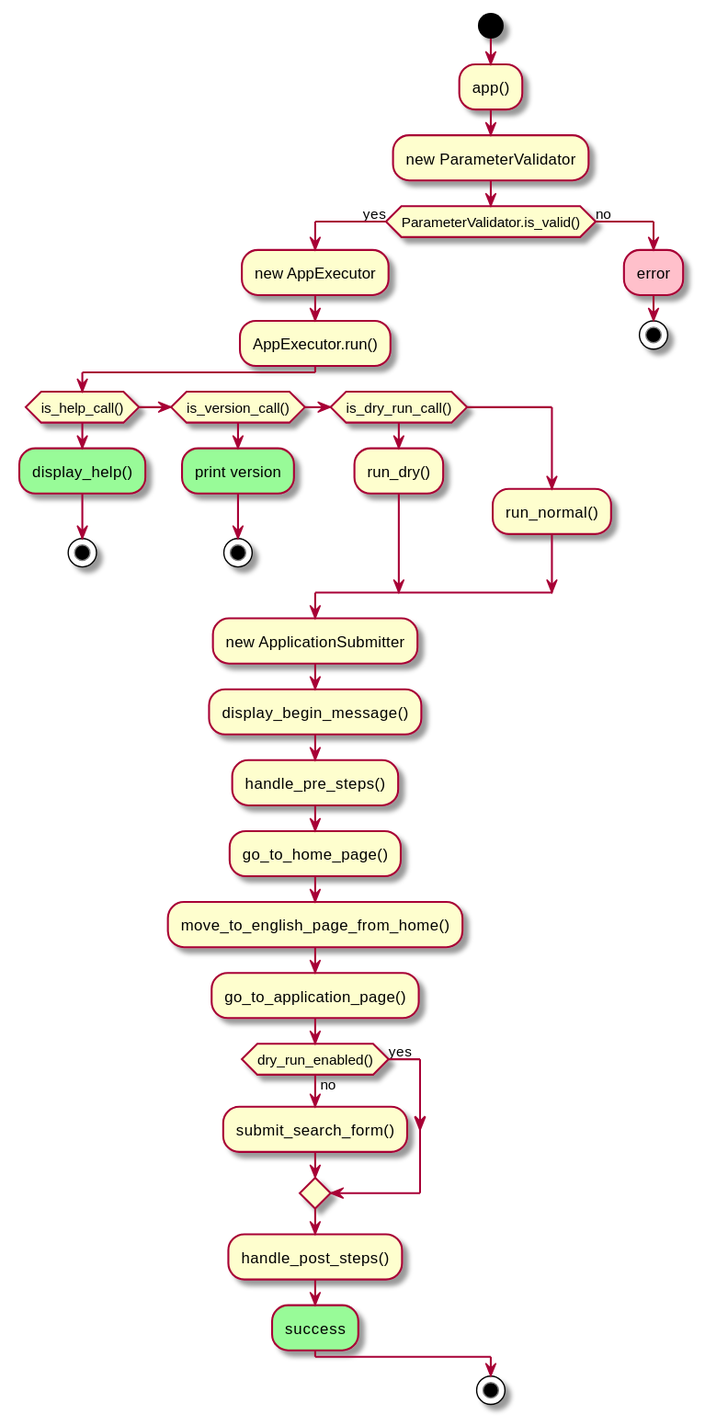
Earlier version of the PlantUML export images/activity_diagram.svg (sksdotsauravs-beuth/application-automizer).
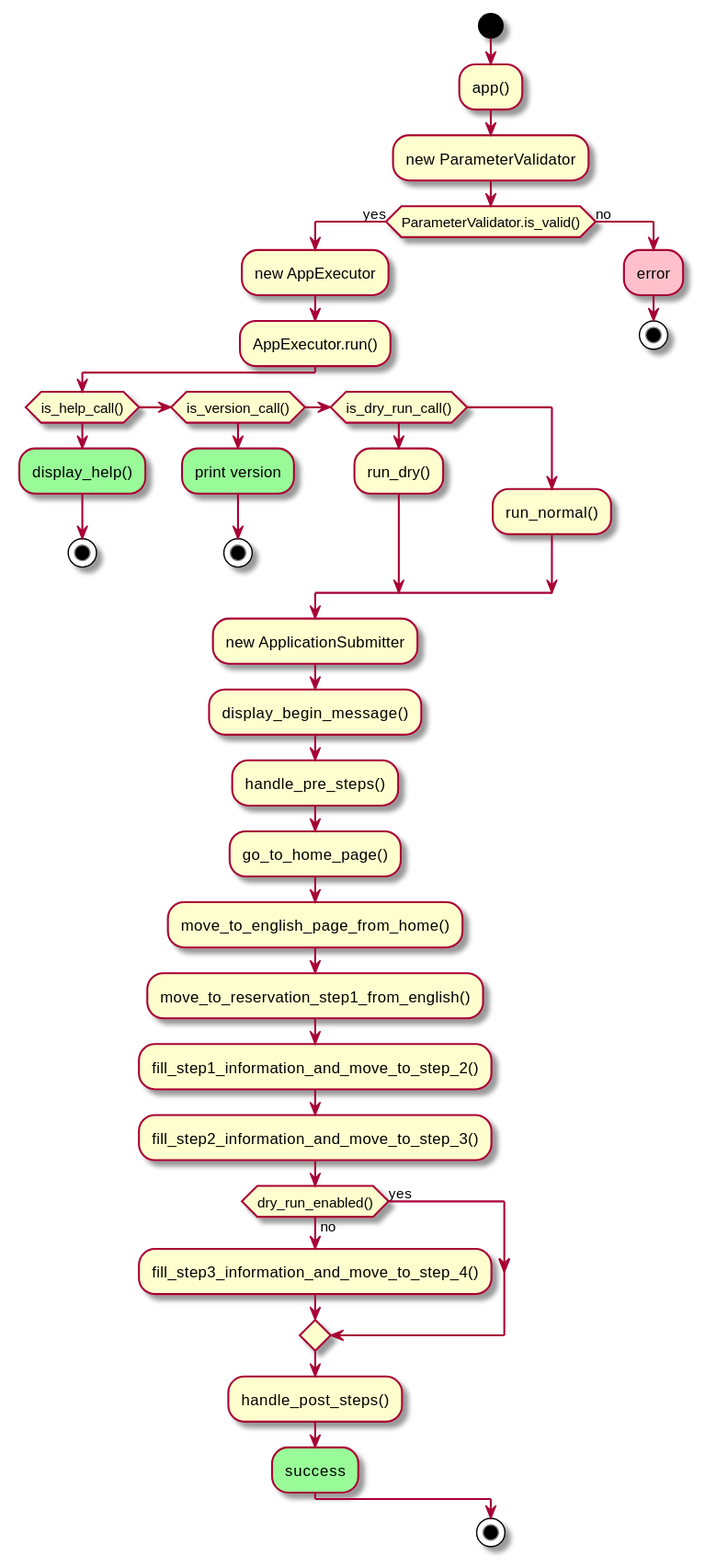
The same diagram one commit later.

What changed in the source:
```diff
@@ -21,10 +21,12 @@
   :handle_pre_steps();
   :go_to_home_page();
   :move_to_english_page_from_home();
-  :go_to_application_page();
+  :move_to_reservation_step1_from_english();
+  :fill_step1_information_and_move_to_step_2();
+  :fill_step2_information_and_move_to_step_3();
   if (dry_run_enabled()) then (yes)
   else (no)
-    :submit_search_form();
+    :fill_step3_information_and_move_to_step_4();
   endif
   :handle_post_steps();
   #palegreen:success;
```
